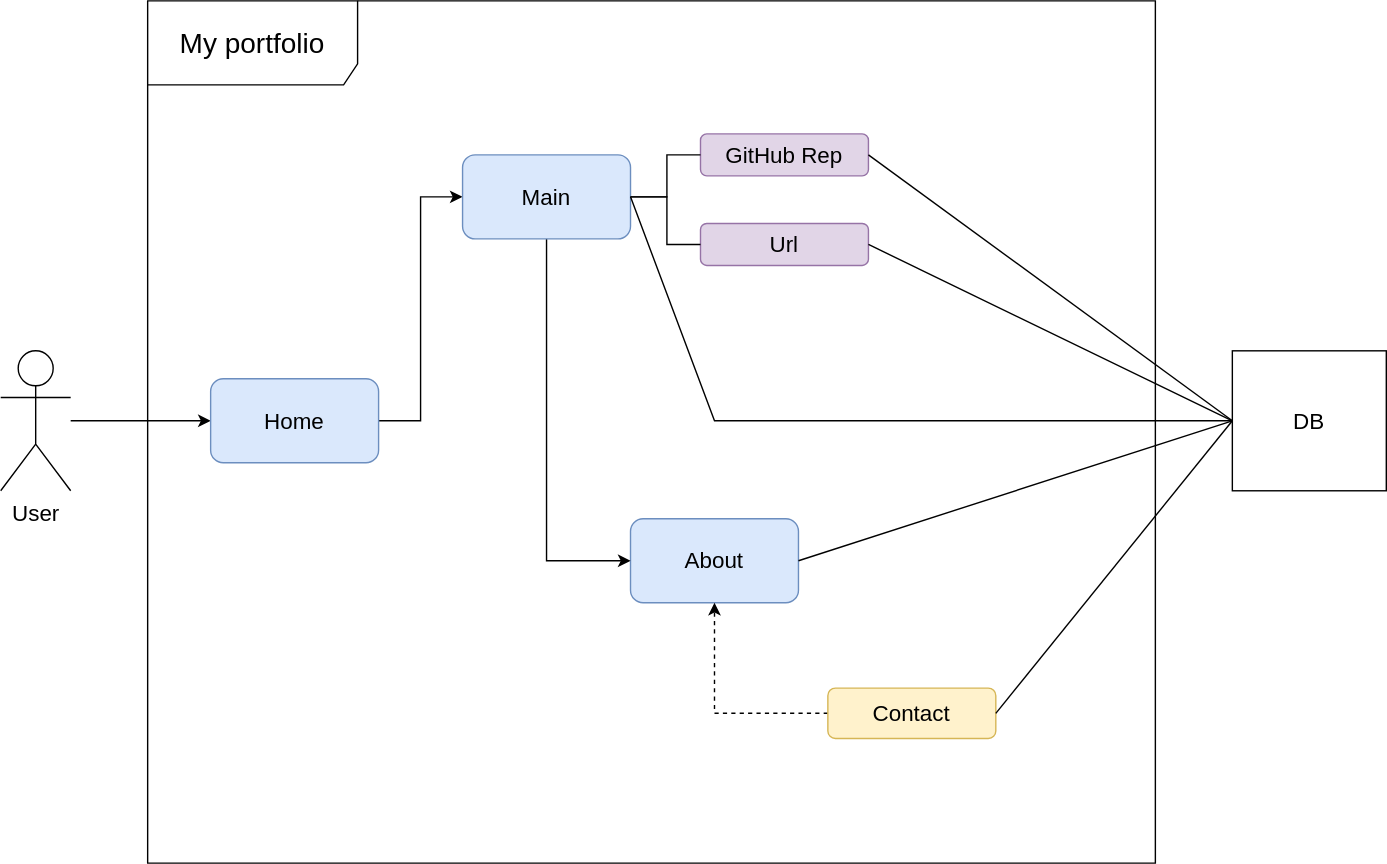
Above: document/use-case.svg in benedictJHGil/my-portfolio-app (draw.io), before the change. Source tidied: cells renumbered, new cells last; positions are measured from the earlier drawing's top-left corner, leaving out a move shared by most shapes.
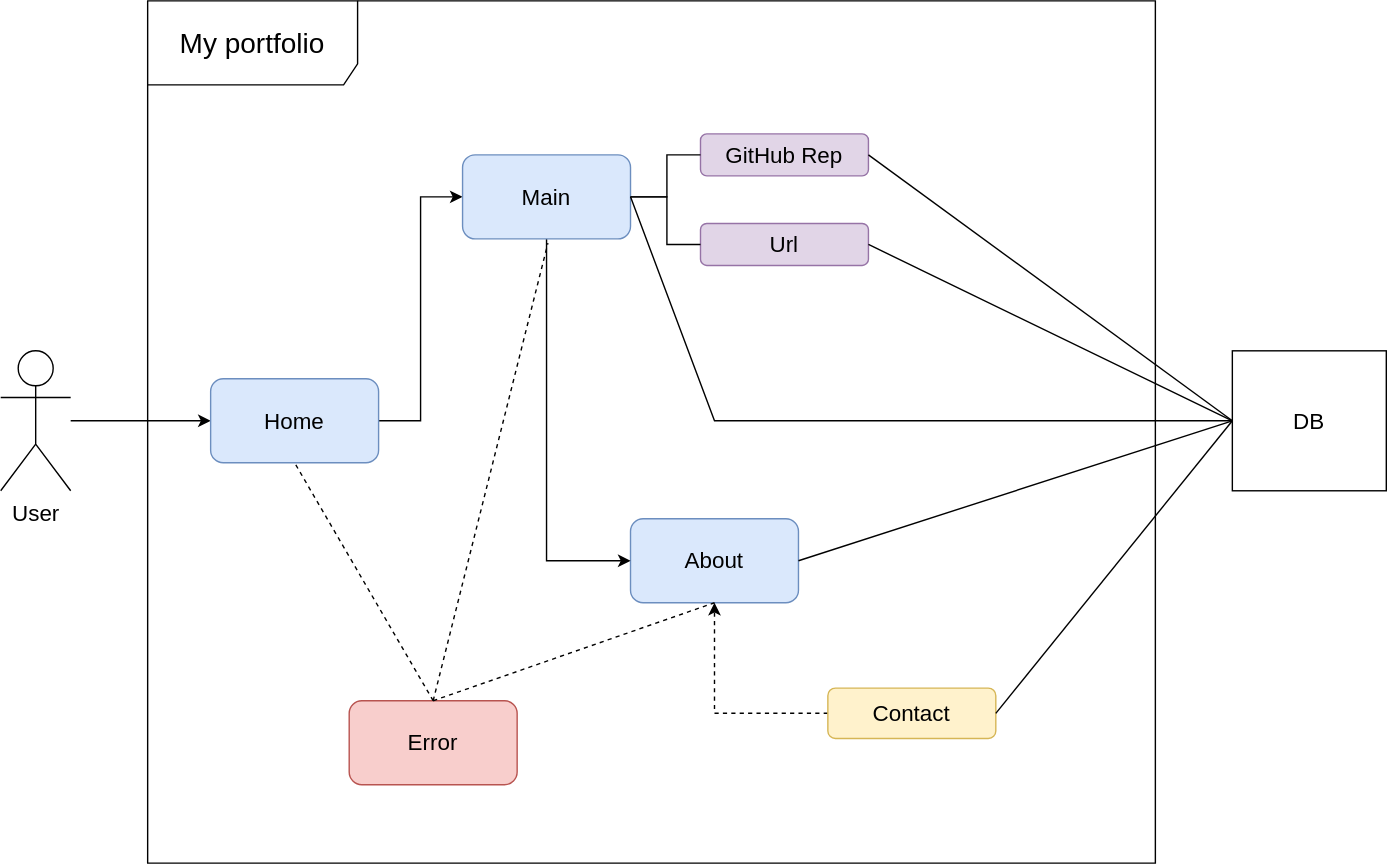
After the change.

Commit message:
#2 - Update use-case

What changed in the source:
```diff
@@ -76,5 +76,19 @@
         </Array>
       </mxGeometry>
     </mxCell>
+    <mxCell id="22" value="Error" style="rounded=1;whiteSpace=wrap;html=1;fontSize=16;fillColor=#f8cecc;strokeColor=#b85450;" parent="1" vertex="1">
+      <mxGeometry x="249" y="500" width="120" height="60" as="geometry" />
+    </mxCell>
+    <mxCell id="23" style="endArrow=none;dashed=1;html=1;strokeWidth=1;rounded=0;exitX=0.5;exitY=0;exitDx=0;exitDy=0;" parent="1" edge="1" source="22">
+      <mxGeometry relative="1" as="geometry">
+        <mxPoint x="391" y="173" as="targetPoint" />
+      </mxGeometry>
+    </mxCell>
+    <mxCell id="24" style="endArrow=none;dashed=1;html=1;strokeWidth=1;rounded=0;exitX=0.5;exitY=0;exitDx=0;exitDy=0;entryX=0.5;entryY=1;entryDx=0;entryDy=0;" parent="1" edge="1" source="22" target="6">
+      <mxGeometry relative="1" as="geometry" />
+    </mxCell>
+    <mxCell id="25" style="endArrow=none;dashed=1;html=1;strokeWidth=1;rounded=0;exitX=0.5;exitY=0;exitDx=0;exitDy=0;entryX=0.5;entryY=1;entryDx=0;entryDy=0;" parent="1" edge="1" source="22" target="7">
+      <mxGeometry relative="1" as="geometry" />
+    </mxCell>
   </root>
 </mxGraphModel>
```
